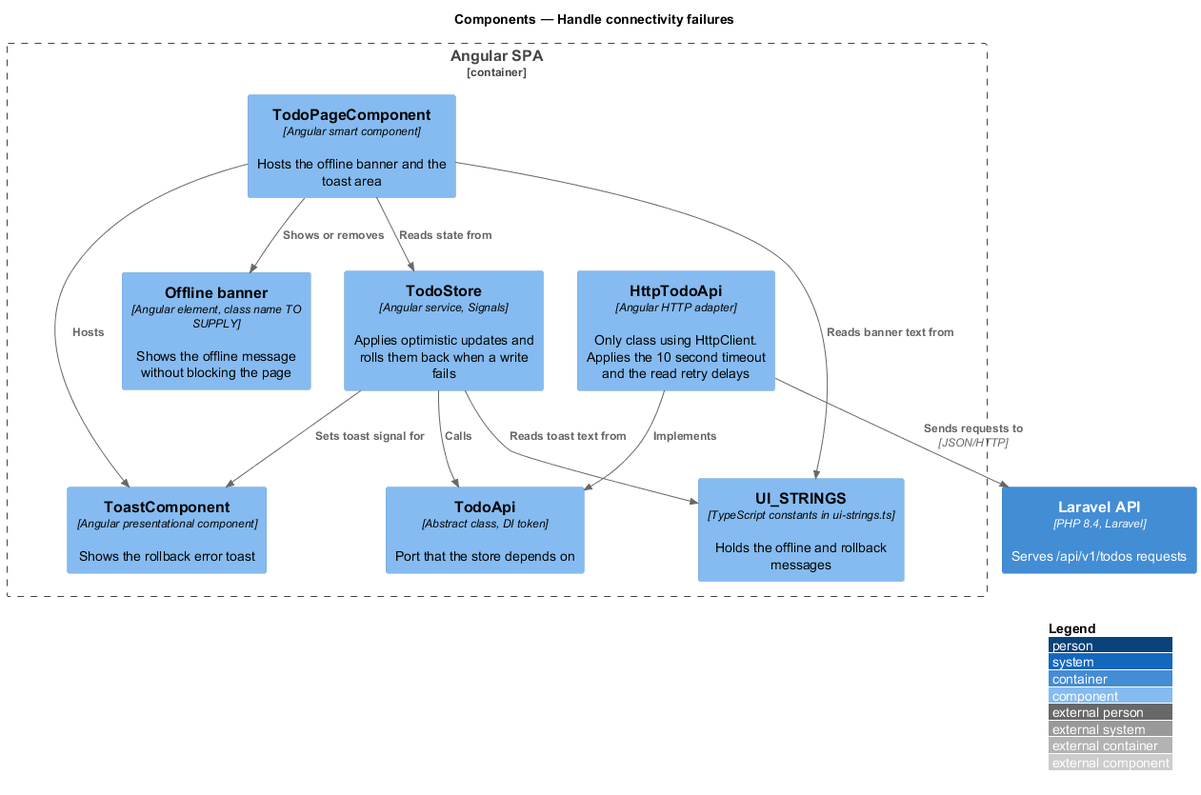
Earlier version of the PlantUML export docs/detailed-designs/interface/handle-connectivity-failures/diagrams/c4-component.png (QuinntyneBrown/php-todo-lab).
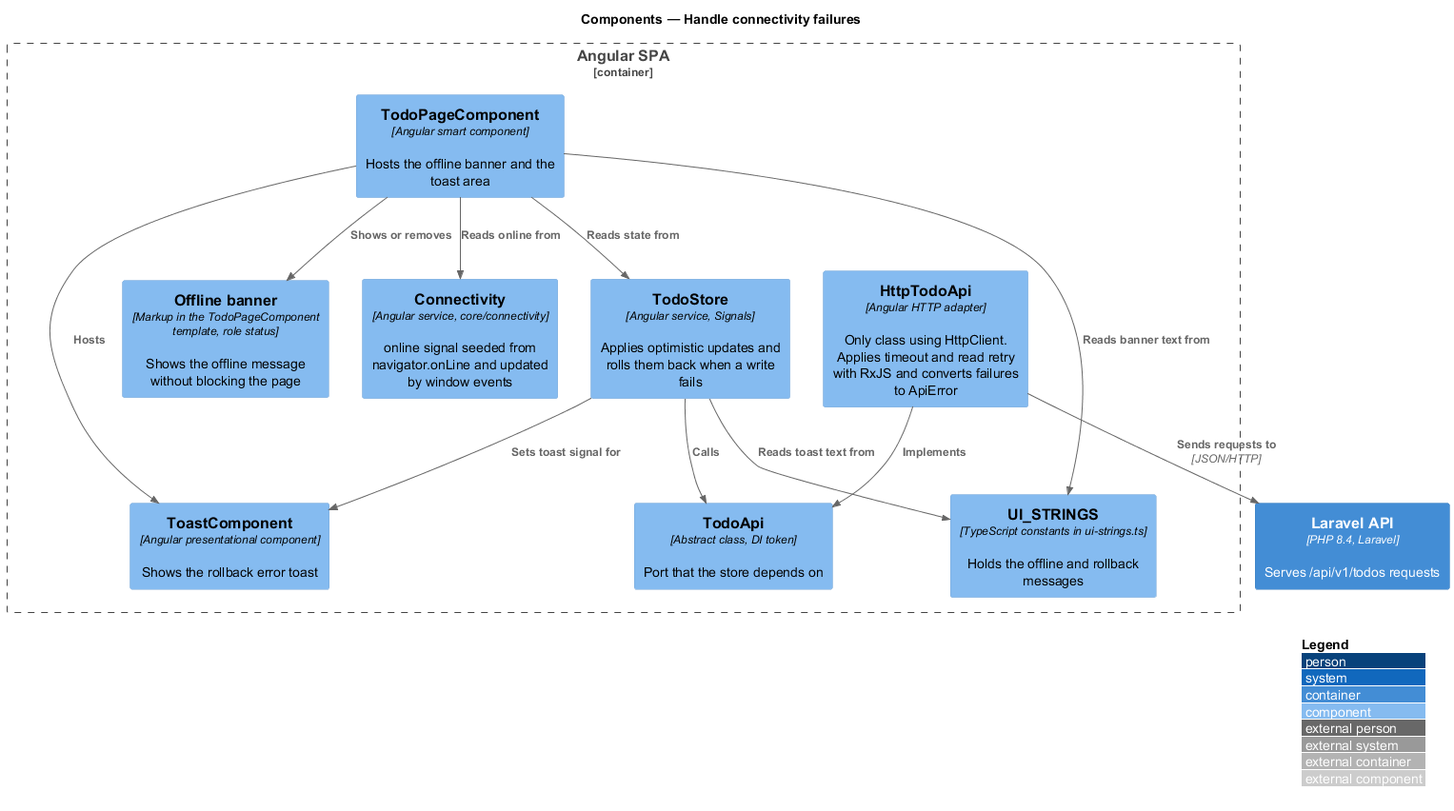
The same file after the commit.

The edit, as a diff of the source:
```diff
@@ -7,15 +7,17 @@
 
 Container_Boundary(spa, "Angular SPA") {
   Component(page, "TodoPageComponent", "Angular smart component", "Hosts the offline banner and the toast area")
-  Component(banner, "Offline banner", "Angular element, class name TO SUPPLY", "Shows the offline message without blocking the page")
+  Component(banner, "Offline banner", "Markup in the TodoPageComponent template, role status", "Shows the offline message without blocking the page")
+  Component(conn, "Connectivity", "Angular service, core/connectivity", "online signal seeded from navigator.onLine and updated by window events")
   Component(store, "TodoStore", "Angular service, Signals", "Applies optimistic updates and rolls them back when a write fails")
   Component(toast, "ToastComponent", "Angular presentational component", "Shows the rollback error toast")
   Component(port, "TodoApi", "Abstract class, DI token", "Port that the store depends on")
-  Component(adapter, "HttpTodoApi", "Angular HTTP adapter", "Only class using HttpClient. Applies the 10 second timeout and the read retry delays")
+  Component(adapter, "HttpTodoApi", "Angular HTTP adapter", "Only class using HttpClient. Applies timeout and read retry with RxJS and converts failures to ApiError")
   Component(strings, "UI_STRINGS", "TypeScript constants in ui-strings.ts", "Holds the offline and rollback messages")
 }
 
 Rel(page, banner, "Shows or removes")
+Rel(page, conn, "Reads online from")
 Rel(page, store, "Reads state from")
 Rel(page, toast, "Hosts")
 Rel(store, port, "Calls")
```
